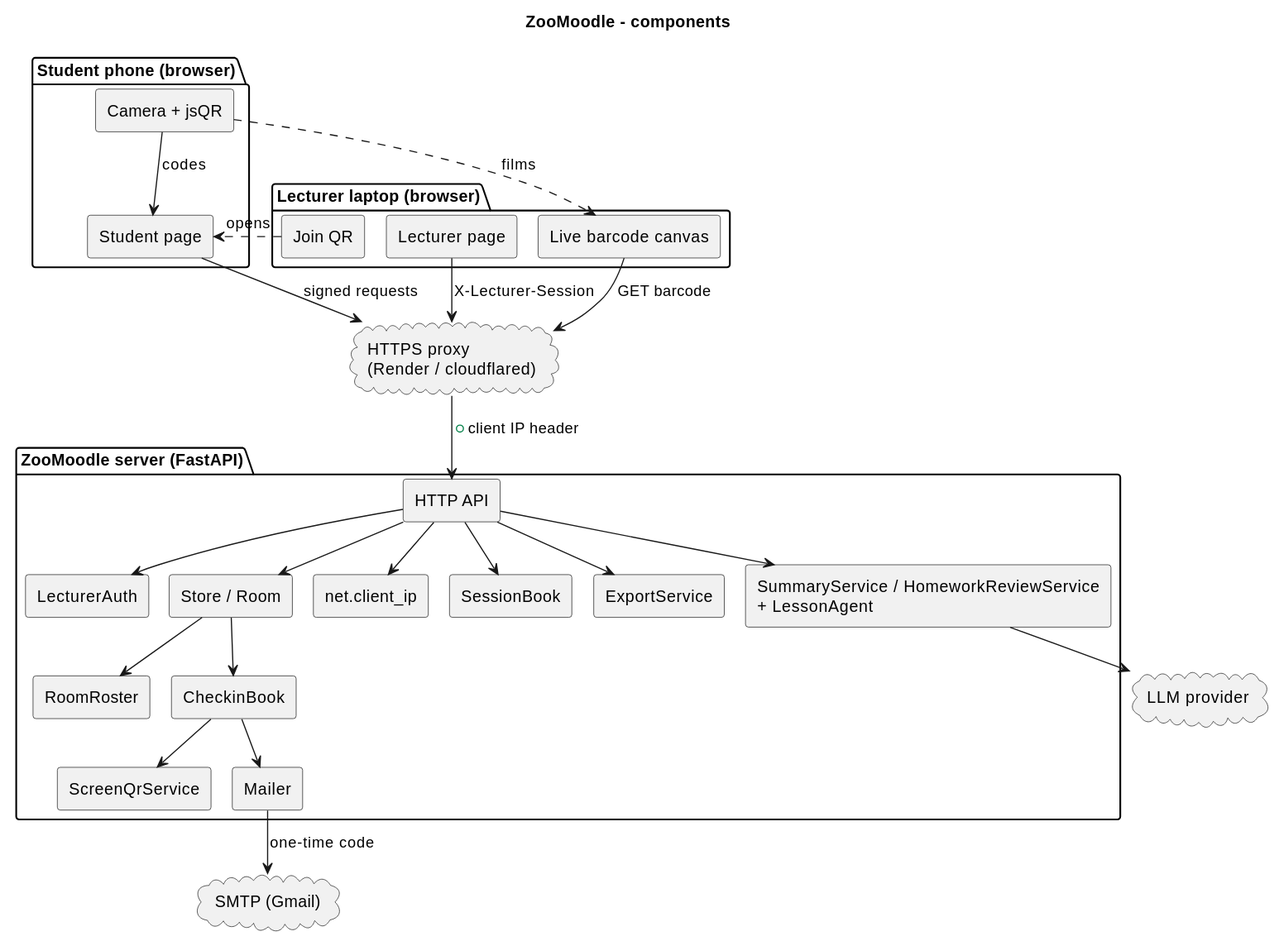
Above: docs/diagrams/components.svg in Haim-Barby/ZooMoodle (PlantUML), before the change. Source of this version:
```plantuml
@startuml
!pragma layout smetana
title ZooMoodle - components
skinparam componentStyle rectangle

package "Lecturer laptop (browser)" {
  [Lecturer page] as LP
  [Live barcode canvas] as LB
  [Join QR] as JQ
}
package "Student phone (browser)" {
  [Student page] as SP
  [Camera + jsQR] as CAM
}
cloud "HTTPS proxy\n(Render / cloudflared)" as PX
package "ZooMoodle server (FastAPI)" {
  [HTTP API] as API
  [LecturerAuth] as AUTH
  [Store / Room] as ST
  [RoomRoster] as RR
  [CheckinBook] as CB
  [ScreenQrService] as QR
  [net.client_ip] as NET
  [SessionBook] as SB
  [Mailer] as ML
  [ExportService] as EX
  [SummaryService / HomeworkReviewService\n+ LessonAgent] as AG
}
cloud "SMTP (Gmail)" as SMTP
cloud "LLM provider" as LLM

LP --> PX : X-Lecturer-Session
LB --> PX : GET barcode
JQ ..> SP : opens
CAM ..> LB : films
CAM --> SP : codes
SP --> PX : signed requests
PX --> API : + client IP header
API --> AUTH
API --> SB
API --> NET
API --> ST
ST --> RR
ST --> CB
CB --> QR
CB --> ML
ML --> SMTP : one-time code
API --> EX
API --> AG
AG --> LLM
@enduml
```
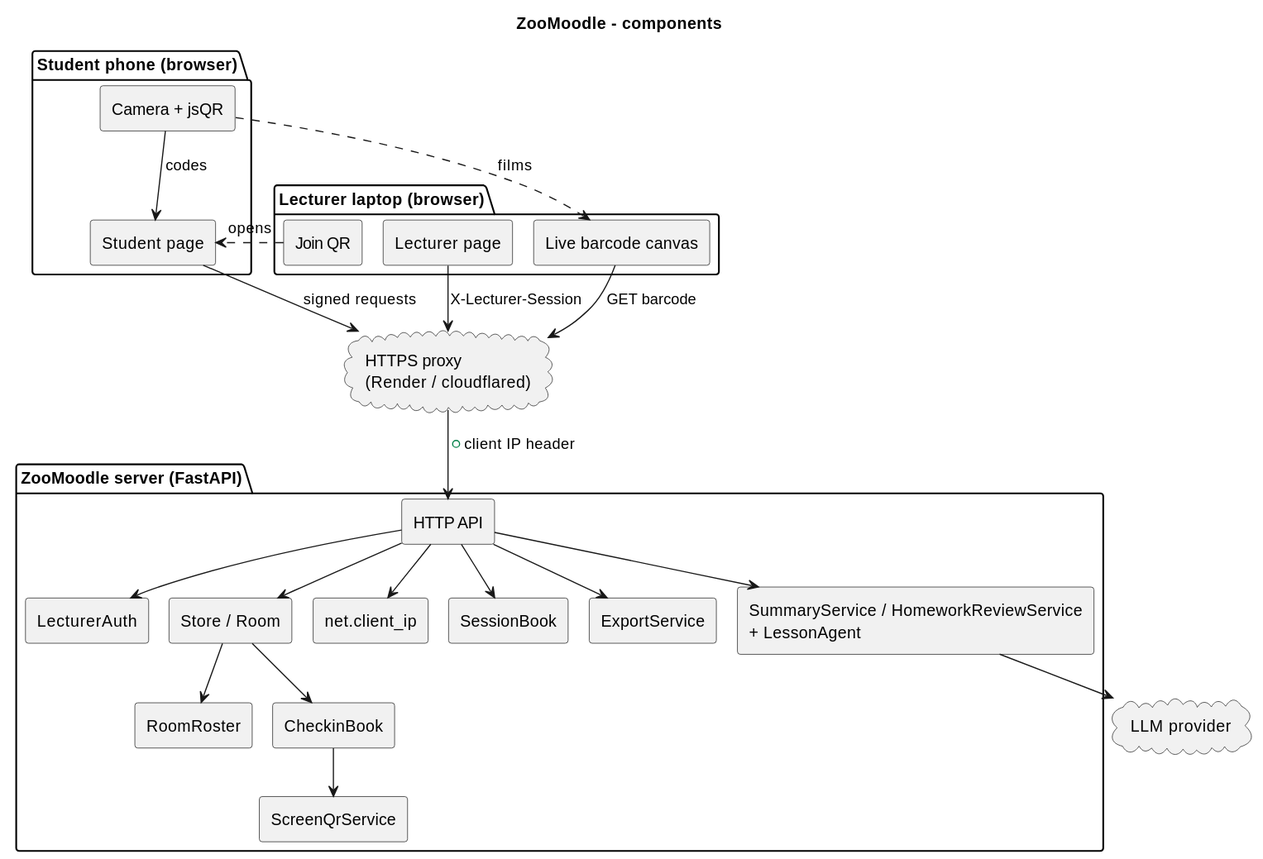
The same diagram one commit later.

Change to the diagram source:
```diff
@@ -1,4 +1,5 @@
 @startuml
+!pragma layout smetana
 !pragma layout smetana
 title ZooMoodle - components
 skinparam componentStyle rectangle
@@ -22,11 +23,9 @@
   [ScreenQrService] as QR
   [net.client_ip] as NET
   [SessionBook] as SB
-  [Mailer] as ML
   [ExportService] as EX
   [SummaryService / HomeworkReviewService\n+ LessonAgent] as AG
 }
-cloud "SMTP (Gmail)" as SMTP
 cloud "LLM provider" as LLM
 
 LP --> PX : X-Lecturer-Session
@@ -43,8 +42,6 @@
 ST --> RR
 ST --> CB
 CB --> QR
-CB --> ML
-ML --> SMTP : one-time code
 API --> EX
 API --> AG
 AG --> LLM
```
